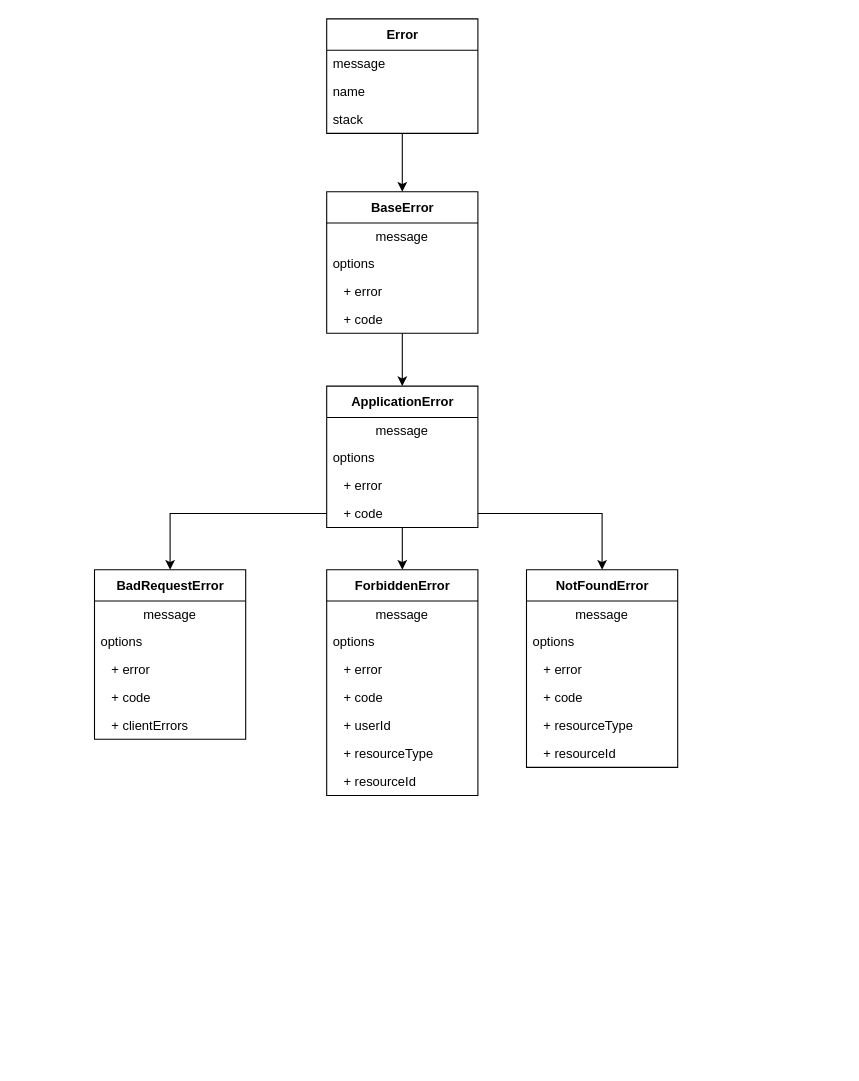
Above: diagram.drawio in DManavi/error_lib (draw.io), before the change. Source tidied: cells renumbered, new cells numbered last; positions are measured from the earlier drawing's top-left corner, leaving out a move shared by most shapes. Both pictures are drawn from the tidied source at 108%, with x=0, y=0 at pixel (94, 18).
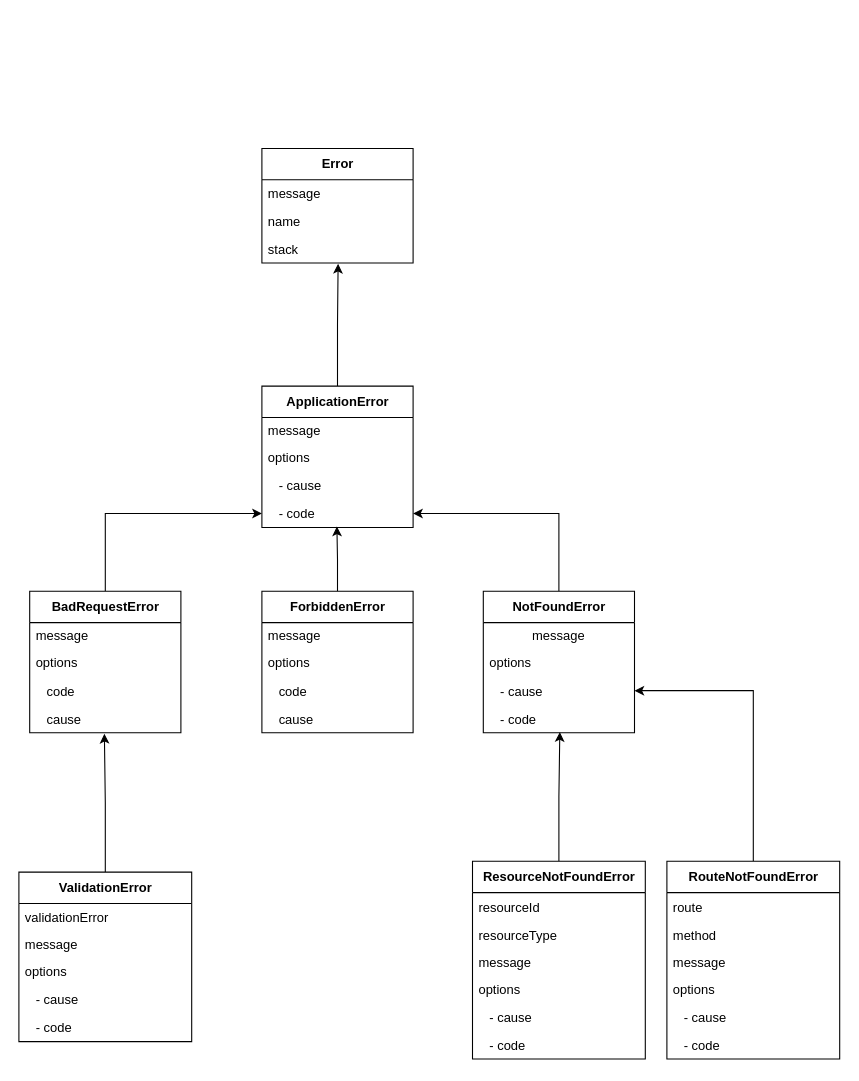
After the change.

Unchanged cells that the change refers to:
```xml
<mxCell id="12" value="stack" style="text;strokeColor=none;fillColor=none;align=left;verticalAlign=top;spacingLeft=4;spacingRight=4;overflow=hidden;points=[[0,0.5],[1,0.5]];portConstraint=eastwest;" parent="9" vertex="1">
  <mxGeometry y="80" width="140" height="26" as="geometry" />
</mxCell>
```

Change to the diagram source:
```diff
@@
-    <mxCell id="2" style="edgeStyle=orthogonalEdgeStyle;rounded=0;jettySize=auto;html=1;entryX=0.5;entryY=0;entryDx=0;entryDy=0;" parent="1" edge="1" source="3" target="14">
-      <mxGeometry relative="1" as="geometry" />
-    </mxCell>
-    <mxCell id="3" value="BaseError" style="swimlane;fontStyle=1;align=center;verticalAlign=middle;horizontal=1;startSize=29;html=1;" parent="1" vertex="1">
-      <mxGeometry x="215" y="160" width="140" height="131" as="geometry" />
-    </mxCell>
-    <mxCell id="4" value="message" style="text;html=1;strokeColor=none;fillColor=none;align=center;verticalAlign=middle;spacingLeft=4;spacingRight=4;overflow=hidden;" parent="3" vertex="1">
-      <mxGeometry y="29" width="140" height="25" as="geometry" />
-    </mxCell>
-    <mxCell id="5" value="options" style="text;html=1;strokeColor=none;fillColor=none;align=left;verticalAlign=middle;spacingLeft=4;spacingRight=4;overflow=hidden;" parent="3" vertex="1">
-      <mxGeometry y="54" width="140" height="25" as="geometry" />
-    </mxCell>
-    <mxCell id="6" value="   + error" style="text;strokeColor=none;fillColor=none;align=left;verticalAlign=top;spacingLeft=4;spacingRight=4;overflow=hidden;" parent="3" vertex="1">
-      <mxGeometry y="79" width="140" height="26" as="geometry" />
-    </mxCell>
-    <mxCell id="7" value="   + code" style="text;strokeColor=none;fillColor=none;align=left;verticalAlign=top;spacingLeft=4;spacingRight=4;overflow=hidden;" parent="3" vertex="1">
-      <mxGeometry y="105" width="140" height="26" as="geometry" />
-    </mxCell>
-    <mxCell id="8" style="edgeStyle=orthogonalEdgeStyle;rounded=0;jettySize=auto;html=1;entryX=0.5;entryY=0;entryDx=0;entryDy=0;" parent="1" edge="1" source="9" target="3">
-      <mxGeometry relative="1" as="geometry" />
-    </mxCell>
     <mxCell id="9" value="Error" style="swimlane;fontStyle=1;align=center;verticalAlign=middle;horizontal=1;startSize=29;html=1;" parent="1" vertex="1">
-      <mxGeometry x="215" width="140" height="106" as="geometry" />
+      <mxGeometry x="155" y="120" width="140" height="106" as="geometry" />
     </mxCell>
@@
-    <mxCell id="13" style="edgeStyle=orthogonalEdgeStyle;rounded=0;jettySize=auto;html=1;entryX=0.5;entryY=0;entryDx=0;entryDy=0;" parent="1" edge="1" source="14" target="25">
-      <mxGeometry relative="1" as="geometry" />
-    </mxCell>
+    <mxCell id="42" style="edgeStyle=orthogonalEdgeStyle;rounded=0;jettySize=auto;html=1;entryX=0.504;entryY=1.031;entryDx=0;entryDy=0;entryPerimeter=0;" parent="1" edge="1" source="14" target="12">
+      <mxGeometry relative="1" as="geometry" />
+    </mxCell>
     <mxCell id="14" value="ApplicationError" style="swimlane;fontStyle=1;align=center;verticalAlign=middle;horizontal=1;startSize=29;html=1;" parent="1" vertex="1">
-      <mxGeometry x="215" y="340" width="140" height="131" as="geometry" />
+      <mxGeometry x="155" y="340" width="140" height="131" as="geometry" />
     </mxCell>
-    <mxCell id="15" value="message" style="text;html=1;strokeColor=none;fillColor=none;align=center;verticalAlign=middle;spacingLeft=4;spacingRight=4;overflow=hidden;" parent="14" vertex="1">
+    <mxCell id="15" value="message" style="text;html=1;strokeColor=none;fillColor=none;align=left;verticalAlign=middle;spacingLeft=4;spacingRight=4;overflow=hidden;" parent="14" vertex="1">
       <mxGeometry y="29" width="140" height="25" as="geometry" />
     </mxCell>
-    <mxCell id="16" value="options" style="text;html=1;strokeColor=none;fillColor=none;align=left;verticalAlign=middle;spacingLeft=4;spacingRight=4;overflow=hidden;" parent="14" vertex="1">
-      <mxGeometry y="54" width="140" height="25" as="geometry" />
-    </mxCell>
+    <mxCell id="43" value="options" style="text;html=1;strokeColor=none;fillColor=none;align=left;verticalAlign=middle;spacingLeft=4;spacingRight=4;overflow=hidden;" parent="14" vertex="1">
+      <mxGeometry y="54" width="140" height="25" as="geometry" />
+    </mxCell>
-    <mxCell id="17" value="   + error" style="text;strokeColor=none;fillColor=none;align=left;verticalAlign=top;spacingLeft=4;spacingRight=4;overflow=hidden;" parent="14" vertex="1">
+    <mxCell id="17" value="   - cause" style="text;strokeColor=none;fillColor=none;align=left;verticalAlign=top;spacingLeft=4;spacingRight=4;overflow=hidden;" parent="14" vertex="1">
       <mxGeometry y="79" width="140" height="26" as="geometry" />
     </mxCell>
-    <mxCell id="18" value="   + code" style="text;strokeColor=none;fillColor=none;align=left;verticalAlign=top;spacingLeft=4;spacingRight=4;overflow=hidden;points=[[0,0.5],[1,0.5]];portConstraint=eastwest;" parent="14" vertex="1">
+    <mxCell id="18" value="   - code" style="text;strokeColor=none;fillColor=none;align=left;verticalAlign=top;spacingLeft=4;spacingRight=4;overflow=hidden;points=[[0,0.5],[1,0.5]];portConstraint=eastwest;" parent="14" vertex="1">
       <mxGeometry y="105" width="140" height="26" as="geometry" />
     </mxCell>
+    <mxCell id="44" style="edgeStyle=orthogonalEdgeStyle;rounded=0;jettySize=auto;html=1;entryX=0;entryY=0.5;entryDx=0;entryDy=0;" parent="1" edge="1" source="19" target="18">
+      <mxGeometry relative="1" as="geometry" />
+    </mxCell>
     <mxCell id="19" value="BadRequestError" style="swimlane;fontStyle=1;align=center;verticalAlign=middle;horizontal=1;startSize=29;html=1;" parent="1" vertex="1">
-      <mxGeometry y="510" width="140" height="157" as="geometry" />
+      <mxGeometry x="-60" y="530" width="140" height="131" as="geometry" />
     </mxCell>
-    <mxCell id="20" value="message" style="text;html=1;strokeColor=none;fillColor=none;align=center;verticalAlign=middle;spacingLeft=4;spacingRight=4;overflow=hidden;" parent="19" vertex="1">
+    <mxCell id="20" value="message" style="text;html=1;strokeColor=none;fillColor=none;align=left;verticalAlign=middle;spacingLeft=4;spacingRight=4;overflow=hidden;" parent="19" vertex="1">
       <mxGeometry y="29" width="140" height="25" as="geometry" />
     </mxCell>
-    <mxCell id="21" value="options" style="text;html=1;strokeColor=none;fillColor=none;align=left;verticalAlign=middle;spacingLeft=4;spacingRight=4;overflow=hidden;" parent="19" vertex="1">
-      <mxGeometry y="54" width="140" height="25" as="geometry" />
-    </mxCell>
-    <mxCell id="22" value="   + error" style="text;strokeColor=none;fillColor=none;align=left;verticalAlign=top;spacingLeft=4;spacingRight=4;overflow=hidden;" parent="19" vertex="1">
-      <mxGeometry y="79" width="140" height="26" as="geometry" />
-    </mxCell>
-    <mxCell id="23" value="   + code" style="text;strokeColor=none;fillColor=none;align=left;verticalAlign=top;spacingLeft=4;spacingRight=4;overflow=hidden;" parent="19" vertex="1">
-      <mxGeometry y="105" width="140" height="26" as="geometry" />
-    </mxCell>
-    <mxCell id="24" value="   + clientErrors" style="text;strokeColor=none;fillColor=none;align=left;verticalAlign=top;spacingLeft=4;spacingRight=4;overflow=hidden;" parent="19" vertex="1">
-      <mxGeometry y="131" width="140" height="26" as="geometry" />
-    </mxCell>
-    <mxCell id="25" value="ForbiddenError" style="swimlane;fontStyle=1;align=center;verticalAlign=middle;horizontal=1;startSize=29;html=1;" parent="1" vertex="1">
-      <mxGeometry x="215" y="510" width="140" height="209" as="geometry" />
-    </mxCell>
-    <mxCell id="26" value="message" style="text;html=1;strokeColor=none;fillColor=none;align=center;verticalAlign=middle;spacingLeft=4;spacingRight=4;overflow=hidden;" parent="25" vertex="1">
-      <mxGeometry y="29" width="140" height="25" as="geometry" />
-    </mxCell>
-    <mxCell id="27" value="options" style="text;html=1;strokeColor=none;fillColor=none;align=left;verticalAlign=middle;spacingLeft=4;spacingRight=4;overflow=hidden;" parent="25" vertex="1">
-      <mxGeometry y="54" width="140" height="25" as="geometry" />
-    </mxCell>
-    <mxCell id="28" value="   + error" style="text;strokeColor=none;fillColor=none;align=left;verticalAlign=top;spacingLeft=4;spacingRight=4;overflow=hidden;" parent="25" vertex="1">
-      <mxGeometry y="79" width="140" height="26" as="geometry" />
-    </mxCell>
-    <mxCell id="29" value="   + code" style="text;strokeColor=none;fillColor=none;align=left;verticalAlign=top;spacingLeft=4;spacingRight=4;overflow=hidden;" parent="25" vertex="1">
-      <mxGeometry y="105" width="140" height="26" as="geometry" />
-    </mxCell>
-    <mxCell id="30" value="   + userId" style="text;strokeColor=none;fillColor=none;align=left;verticalAlign=top;spacingLeft=4;spacingRight=4;overflow=hidden;" parent="25" vertex="1">
-      <mxGeometry y="131" width="140" height="26" as="geometry" />
-    </mxCell>
-    <mxCell id="31" value="   + resourceType" style="text;strokeColor=none;fillColor=none;align=left;verticalAlign=top;spacingLeft=4;spacingRight=4;overflow=hidden;" parent="25" vertex="1">
-      <mxGeometry y="157" width="140" height="26" as="geometry" />
-    </mxCell>
-    <mxCell id="32" value="   + resourceId" style="text;strokeColor=none;fillColor=none;align=left;verticalAlign=top;spacingLeft=4;spacingRight=4;overflow=hidden;" parent="25" vertex="1">
-      <mxGeometry y="183" width="140" height="26" as="geometry" />
-    </mxCell>
+    <mxCell id="45" value="options" style="text;html=1;strokeColor=none;fillColor=none;align=left;verticalAlign=middle;spacingLeft=4;spacingRight=4;overflow=hidden;" parent="19" vertex="1">
+      <mxGeometry y="54" width="140" height="25" as="geometry" />
+    </mxCell>
+    <mxCell id="46" value="   code" style="text;strokeColor=none;fillColor=none;align=left;verticalAlign=top;spacingLeft=4;spacingRight=4;overflow=hidden;" parent="19" vertex="1">
+      <mxGeometry y="79" width="140" height="26" as="geometry" />
+    </mxCell>
+    <mxCell id="47" value="   cause" style="text;strokeColor=none;fillColor=none;align=left;verticalAlign=top;spacingLeft=4;spacingRight=4;overflow=hidden;points=[[0,0.5],[1,0.5]];portConstraint=eastwest;" parent="19" vertex="1">
+      <mxGeometry y="105" width="140" height="26" as="geometry" />
+    </mxCell>
+    <mxCell id="48" style="edgeStyle=orthogonalEdgeStyle;rounded=0;jettySize=auto;html=1;entryX=1;entryY=0.5;entryDx=0;entryDy=0;" parent="1" edge="1" source="33" target="18">
+      <mxGeometry relative="1" as="geometry" />
+    </mxCell>
     <mxCell id="33" value="NotFoundError" style="swimlane;fontStyle=1;align=center;verticalAlign=middle;horizontal=1;startSize=29;html=1;" parent="1" vertex="1">
-      <mxGeometry x="400" y="510" width="140" height="183" as="geometry" />
+      <mxGeometry x="360" y="530" width="140" height="131" as="geometry" />
     </mxCell>
@@
-    <mxCell id="36" value="   + error" style="text;strokeColor=none;fillColor=none;align=left;verticalAlign=top;spacingLeft=4;spacingRight=4;overflow=hidden;points=[[0,0.5],[1,0.5]];portConstraint=eastwest;" parent="33" vertex="1">
+    <mxCell id="36" value="   - cause" style="text;strokeColor=none;fillColor=none;align=left;verticalAlign=top;spacingLeft=4;spacingRight=4;overflow=hidden;points=[[0,0.5],[1,0.5]];portConstraint=eastwest;" parent="33" vertex="1">
       <mxGeometry y="79" width="140" height="26" as="geometry" />
     </mxCell>
-    <mxCell id="37" value="   + code" style="text;strokeColor=none;fillColor=none;align=left;verticalAlign=top;spacingLeft=4;spacingRight=4;overflow=hidden;points=[[0,0.5],[1,0.5]];portConstraint=eastwest;" parent="33" vertex="1">
+    <mxCell id="37" value="   - code" style="text;strokeColor=none;fillColor=none;align=left;verticalAlign=top;spacingLeft=4;spacingRight=4;overflow=hidden;points=[[0,0.5],[1,0.5]];portConstraint=eastwest;" parent="33" vertex="1">
       <mxGeometry y="105" width="140" height="26" as="geometry" />
     </mxCell>
-    <mxCell id="38" value="   + resourceType" style="text;strokeColor=none;fillColor=none;align=left;verticalAlign=top;spacingLeft=4;spacingRight=4;overflow=hidden;" parent="33" vertex="1">
-      <mxGeometry y="131" width="140" height="26" as="geometry" />
-    </mxCell>
-    <mxCell id="39" value="   + resourceId" style="text;strokeColor=none;fillColor=none;align=left;verticalAlign=top;spacingLeft=4;spacingRight=4;overflow=hidden;" parent="33" vertex="1">
-      <mxGeometry y="157" width="140" height="26" as="geometry" />
-    </mxCell>
-    <mxCell id="40" style="edgeStyle=orthogonalEdgeStyle;rounded=0;jettySize=auto;html=1;entryX=0.5;entryY=0;entryDx=0;entryDy=0;" parent="1" edge="1" source="18" target="19">
-      <mxGeometry relative="1" as="geometry" />
-    </mxCell>
-    <mxCell id="41" style="edgeStyle=orthogonalEdgeStyle;rounded=0;jettySize=auto;html=1;entryX=0.5;entryY=0;entryDx=0;entryDy=0;" parent="1" edge="1" source="18" target="33">
-      <mxGeometry relative="1" as="geometry" />
-    </mxCell>
+    <mxCell id="49" style="edgeStyle=orthogonalEdgeStyle;rounded=0;jettySize=auto;html=1;entryX=0.506;entryY=0.977;entryDx=0;entryDy=0;entryPerimeter=0;" parent="1" edge="1" source="50" target="37">
+      <mxGeometry relative="1" as="geometry" />
+    </mxCell>
+    <mxCell id="50" value="ResourceNotFoundError" style="swimlane;fontStyle=1;align=center;verticalAlign=middle;horizontal=1;startSize=29;html=1;" parent="1" vertex="1">
+      <mxGeometry x="350" y="780" width="160" height="183" as="geometry" />
+    </mxCell>
+    <mxCell id="51" value="resourceId" style="text;strokeColor=none;fillColor=none;align=left;verticalAlign=top;spacingLeft=4;spacingRight=4;overflow=hidden;" parent="50" vertex="1">
+      <mxGeometry y="29" width="160" height="26" as="geometry" />
+    </mxCell>
+    <mxCell id="52" value="resourceType" style="text;strokeColor=none;fillColor=none;align=left;verticalAlign=top;spacingLeft=4;spacingRight=4;overflow=hidden;" parent="50" vertex="1">
+      <mxGeometry y="55" width="160" height="26" as="geometry" />
+    </mxCell>
+    <mxCell id="53" value="message" style="text;html=1;strokeColor=none;fillColor=none;align=left;verticalAlign=middle;spacingLeft=4;spacingRight=4;overflow=hidden;" parent="50" vertex="1">
+      <mxGeometry y="81" width="160" height="25" as="geometry" />
+    </mxCell>
+    <mxCell id="54" value="options" style="text;html=1;strokeColor=none;fillColor=none;align=left;verticalAlign=middle;spacingLeft=4;spacingRight=4;overflow=hidden;" parent="50" vertex="1">
+      <mxGeometry y="106" width="160" height="25" as="geometry" />
+    </mxCell>
+    <mxCell id="55" value="   - cause" style="text;strokeColor=none;fillColor=none;align=left;verticalAlign=top;spacingLeft=4;spacingRight=4;overflow=hidden;" parent="50" vertex="1">
+      <mxGeometry y="131" width="160" height="26" as="geometry" />
+    </mxCell>
+    <mxCell id="56" value="   - code" style="text;strokeColor=none;fillColor=none;align=left;verticalAlign=top;spacingLeft=4;spacingRight=4;overflow=hidden;" parent="50" vertex="1">
+      <mxGeometry y="157" width="160" height="26" as="geometry" />
+    </mxCell>
+    <mxCell id="57" style="edgeStyle=orthogonalEdgeStyle;rounded=0;jettySize=auto;html=1;entryX=1;entryY=0.5;entryDx=0;entryDy=0;" parent="1" edge="1" source="58" target="36">
+      <mxGeometry relative="1" as="geometry" />
+    </mxCell>
+    <mxCell id="58" value="RouteNotFoundError" style="swimlane;fontStyle=1;align=center;verticalAlign=middle;horizontal=1;startSize=29;html=1;" parent="1" vertex="1">
+      <mxGeometry x="530" y="780" width="160" height="183" as="geometry" />
+    </mxCell>
+    <mxCell id="59" value="route" style="text;strokeColor=none;fillColor=none;align=left;verticalAlign=top;spacingLeft=4;spacingRight=4;overflow=hidden;" parent="58" vertex="1">
+      <mxGeometry y="29" width="160" height="26" as="geometry" />
+    </mxCell>
+    <mxCell id="60" value="method" style="text;strokeColor=none;fillColor=none;align=left;verticalAlign=top;spacingLeft=4;spacingRight=4;overflow=hidden;" parent="58" vertex="1">
+      <mxGeometry y="55" width="160" height="26" as="geometry" />
+    </mxCell>
+    <mxCell id="61" value="message" style="text;html=1;strokeColor=none;fillColor=none;align=left;verticalAlign=middle;spacingLeft=4;spacingRight=4;overflow=hidden;" parent="58" vertex="1">
+      <mxGeometry y="81" width="160" height="25" as="geometry" />
+    </mxCell>
+    <mxCell id="62" value="options" style="text;html=1;strokeColor=none;fillColor=none;align=left;verticalAlign=middle;spacingLeft=4;spacingRight=4;overflow=hidden;" parent="58" vertex="1">
+      <mxGeometry y="106" width="160" height="25" as="geometry" />
+    </mxCell>
+    <mxCell id="63" value="   - cause" style="text;strokeColor=none;fillColor=none;align=left;verticalAlign=top;spacingLeft=4;spacingRight=4;overflow=hidden;" parent="58" vertex="1">
+      <mxGeometry y="131" width="160" height="26" as="geometry" />
+    </mxCell>
+    <mxCell id="64" value="   - code" style="text;strokeColor=none;fillColor=none;align=left;verticalAlign=top;spacingLeft=4;spacingRight=4;overflow=hidden;" parent="58" vertex="1">
+      <mxGeometry y="157" width="160" height="26" as="geometry" />
+    </mxCell>
+    <mxCell id="65" style="edgeStyle=orthogonalEdgeStyle;rounded=0;jettySize=auto;html=1;entryX=0.496;entryY=0.962;entryDx=0;entryDy=0;entryPerimeter=0;" parent="1" edge="1" source="25" target="18">
+      <mxGeometry relative="1" as="geometry" />
+    </mxCell>
+    <mxCell id="25" value="ForbiddenError" style="swimlane;fontStyle=1;align=center;verticalAlign=middle;horizontal=1;startSize=29;html=1;" parent="1" vertex="1">
+      <mxGeometry x="155" y="530" width="140" height="131" as="geometry" />
+    </mxCell>
+    <mxCell id="66" value="message" style="text;html=1;strokeColor=none;fillColor=none;align=left;verticalAlign=middle;spacingLeft=4;spacingRight=4;overflow=hidden;" parent="25" vertex="1">
+      <mxGeometry y="29" width="140" height="25" as="geometry" />
+    </mxCell>
+    <mxCell id="67" value="options" style="text;html=1;strokeColor=none;fillColor=none;align=left;verticalAlign=middle;spacingLeft=4;spacingRight=4;overflow=hidden;" parent="25" vertex="1">
+      <mxGeometry y="54" width="140" height="25" as="geometry" />
+    </mxCell>
+    <mxCell id="68" value="   code" style="text;strokeColor=none;fillColor=none;align=left;verticalAlign=top;spacingLeft=4;spacingRight=4;overflow=hidden;" parent="25" vertex="1">
+      <mxGeometry y="79" width="140" height="26" as="geometry" />
+    </mxCell>
+    <mxCell id="69" value="   cause" style="text;strokeColor=none;fillColor=none;align=left;verticalAlign=top;spacingLeft=4;spacingRight=4;overflow=hidden;" parent="25" vertex="1">
+      <mxGeometry y="105" width="140" height="26" as="geometry" />
+    </mxCell>
+    <mxCell id="70" style="edgeStyle=orthogonalEdgeStyle;rounded=0;jettySize=auto;html=1;entryX=0.494;entryY=1.038;entryDx=0;entryDy=0;entryPerimeter=0;" parent="1" edge="1" source="71" target="47">
+      <mxGeometry relative="1" as="geometry" />
+    </mxCell>
+    <mxCell id="71" value="ValidationError" style="swimlane;fontStyle=1;align=center;verticalAlign=middle;horizontal=1;startSize=29;html=1;" parent="1" vertex="1">
+      <mxGeometry x="-70" y="790" width="160" height="157" as="geometry" />
+    </mxCell>
+    <mxCell id="72" value="validationError" style="text;strokeColor=none;fillColor=none;align=left;verticalAlign=top;spacingLeft=4;spacingRight=4;overflow=hidden;" parent="71" vertex="1">
+      <mxGeometry y="29" width="160" height="26" as="geometry" />
+    </mxCell>
+    <mxCell id="73" value="message" style="text;html=1;strokeColor=none;fillColor=none;align=left;verticalAlign=middle;spacingLeft=4;spacingRight=4;overflow=hidden;" parent="71" vertex="1">
+      <mxGeometry y="55" width="160" height="25" as="geometry" />
+    </mxCell>
+    <mxCell id="74" value="options" style="text;html=1;strokeColor=none;fillColor=none;align=left;verticalAlign=middle;spacingLeft=4;spacingRight=4;overflow=hidden;" parent="71" vertex="1">
+      <mxGeometry y="80" width="160" height="25" as="geometry" />
+    </mxCell>
+    <mxCell id="75" value="   - cause" style="text;strokeColor=none;fillColor=none;align=left;verticalAlign=top;spacingLeft=4;spacingRight=4;overflow=hidden;" parent="71" vertex="1">
+      <mxGeometry y="105" width="160" height="26" as="geometry" />
+    </mxCell>
+    <mxCell id="76" value="   - code" style="text;strokeColor=none;fillColor=none;align=left;verticalAlign=top;spacingLeft=4;spacingRight=4;overflow=hidden;" parent="71" vertex="1">
+      <mxGeometry y="131" width="160" height="26" as="geometry" />
+    </mxCell>
```
